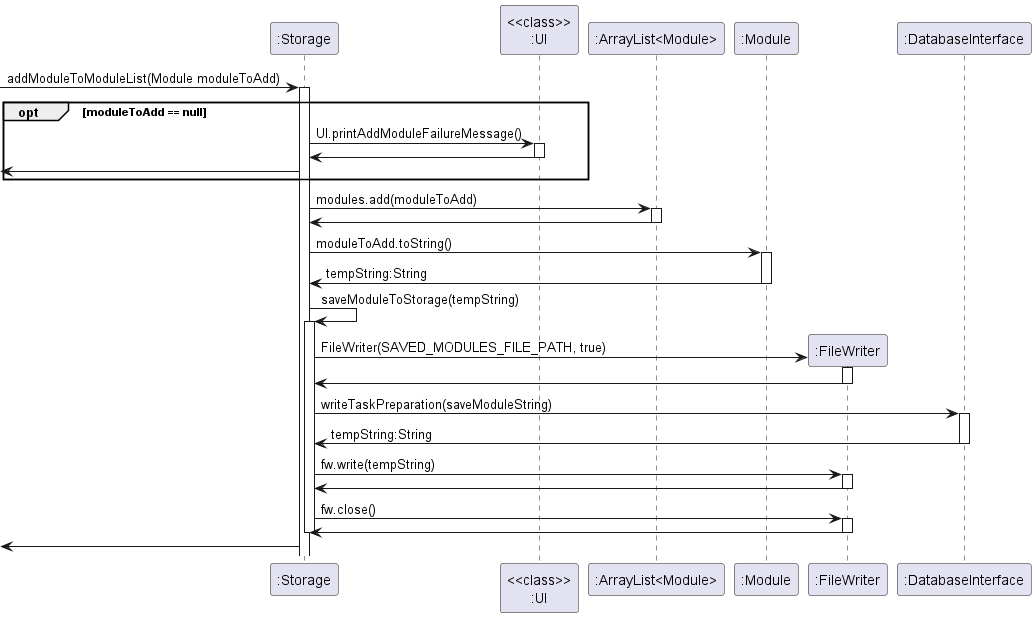
Earlier version of the PlantUML export docs/diagrams/Storage/StorageAddModule.png (nus-cs2113-AY2223S2/tp).
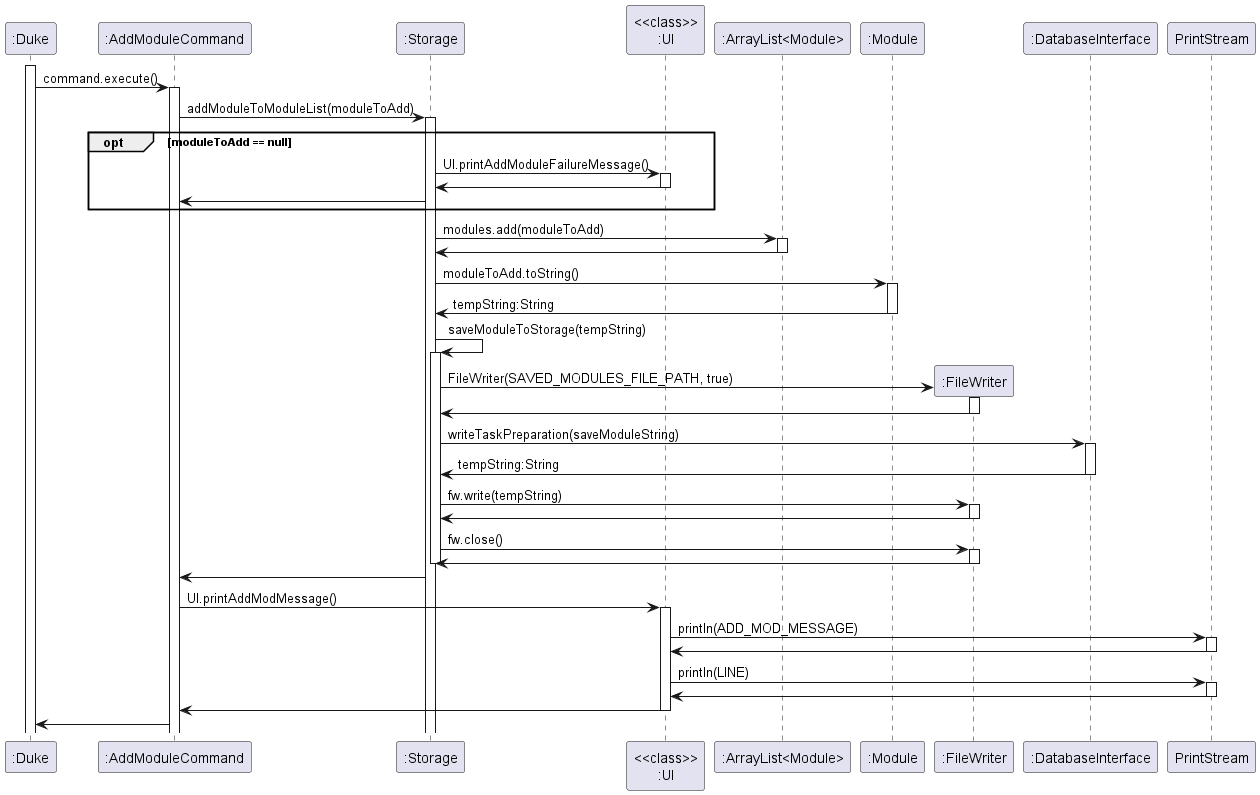
After the change.

Commit message:
Update Sequence Diagrams for AddModuleCommand

Diff of the diagram source:
```diff
@@ -1,14 +1,15 @@
 @startuml
-
-
--> ":Storage" : addModuleToModuleList(Module moduleToAdd)
+activate ":Duke"
+":Duke" -> ":AddModuleCommand" : command.execute()
+activate ":AddModuleCommand"
+":AddModuleCommand" -> ":Storage" : addModuleToModuleList(moduleToAdd)
 activate ":Storage"
 opt moduleToAdd == null
 ":Storage" -> "<<class>>\n:UI" : UI.printAddModuleFailureMessage()
 activate "<<class>>\n:UI"
 ":Storage" <- "<<class>>\n:UI"
 deactivate "<<class>>\n:UI"
-<- ":Storage"
+":AddModuleCommand"<- ":Storage"
 end
 
 ":Storage" -> ":ArrayList<Module>" : modules.add(moduleToAdd)
@@ -40,5 +41,20 @@
 ":Storage" <- ":FileWriter"
 deactivate ":FileWriter"
 deactivate ":Storage"
-<- ":Storage"
+":AddModuleCommand" <- ":Storage"
+":AddModuleCommand" -> "<<class>>\n:UI" : UI.printAddModMessage()
+activate "<<class>>\n:UI"
+"<<class>>\n:UI" -> PrintStream :  println(ADD_MOD_MESSAGE)
+activate PrintStream
+"<<class>>\n:UI" <- PrintStream
+deactivate PrintStream
+"<<class>>\n:UI" -> PrintStream :  println(LINE)
+activate PrintStream
+"<<class>>\n:UI" <- PrintStream
+deactivate PrintStream
+":AddModuleCommand" <- "<<class>>\n:UI"
+deactivate "<<class>>\n:UI"
+":Duke" <- ":AddModuleCommand"
+
+
 @enduml
```
